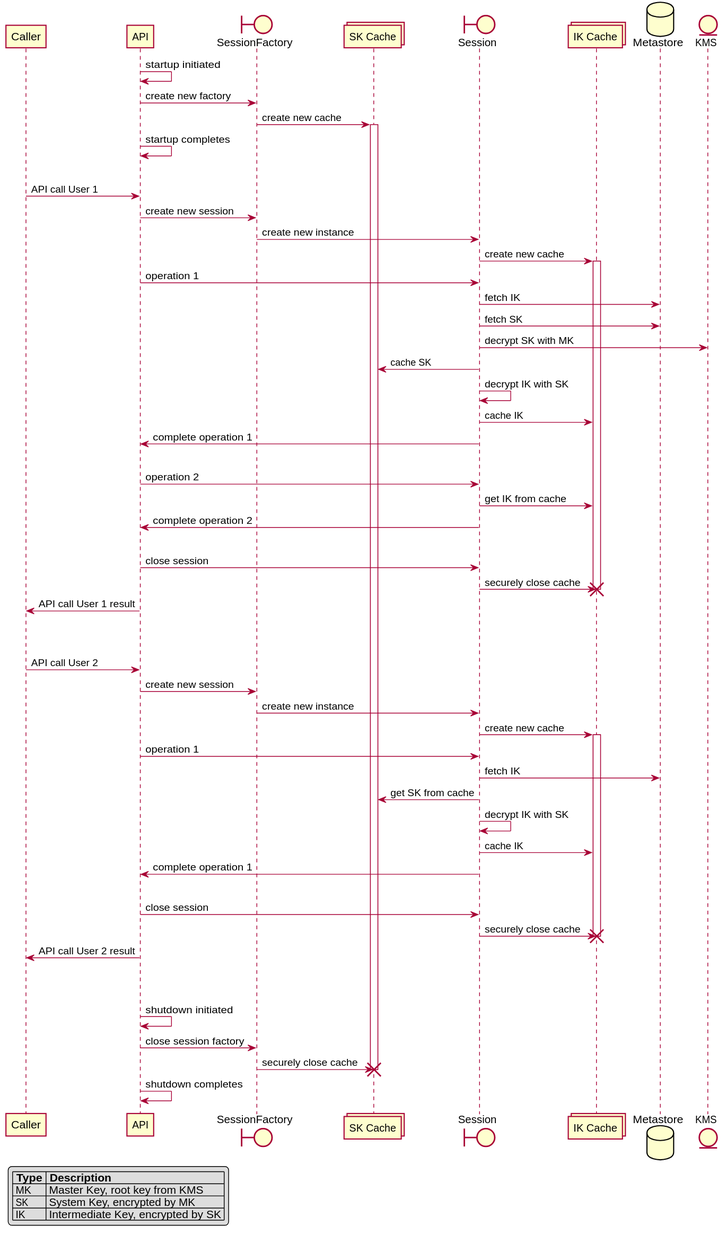
godaddy/asherah keeps this PlantUML diagram as docs/images/cache_lifecycles.svg. Above is the earlier version. Its diagram source:
```plantuml
@startuml

skinparam shadowing false

legend left
|= Type |= Description |
| MK | Master Key, root key from KMS |
| SK | System Key, encrypted by MK |
| IK | Intermediate Key, encrypted by SK |
endlegend

participant Caller
participant API
boundary SessionFactory
collections "SK Cache"
boundary Session
collections "IK Cache"
database Metastore
entity KMS

API -> API : startup initiated
API -> SessionFactory : create new factory
SessionFactory -> "SK Cache" : create new cache
activate "SK Cache"
API -> API : startup completes
|||
Caller -> API : API call User 1
API -> SessionFactory : create new session
SessionFactory -> Session : create new instance
Session -> "IK Cache" : create new cache
activate "IK Cache"
API -> Session : operation 1
Session -> Metastore : fetch IK
Session -> Metastore : fetch SK
Session -> KMS : decrypt SK with MK
Session -> "SK Cache" : cache SK
Session -> Session : decrypt IK with SK
Session -> "IK Cache" : cache IK
Session -> API : complete operation 1
|||
API -> Session : operation 2
Session -> "IK Cache" : get IK from cache
Session -> API : complete operation 2
|||
API -> Session : close session
Session -> "IK Cache" : securely close cache
destroy "IK Cache"
API -> Caller : API call User 1 result
|||
|||
Caller -> API : API call User 2
API -> SessionFactory : create new session
SessionFactory -> Session : create new instance
Session -> "IK Cache" : create new cache
activate "IK Cache"
API -> Session : operation 1
Session -> Metastore : fetch IK
Session -> "SK Cache" : get SK from cache
Session -> Session : decrypt IK with SK
Session -> "IK Cache" : cache IK
Session -> API : complete operation 1
|||
API -> Session : close session
Session -> "IK Cache" : securely close cache
destroy "IK Cache"
API -> Caller : API call User 2 result
|||
|||
API -> API : shutdown initiated
API -> SessionFactory : close session factory
SessionFactory -> "SK Cache" : securely close cache
destroy "SK Cache"
API -> API : shutdown completes

@enduml
```
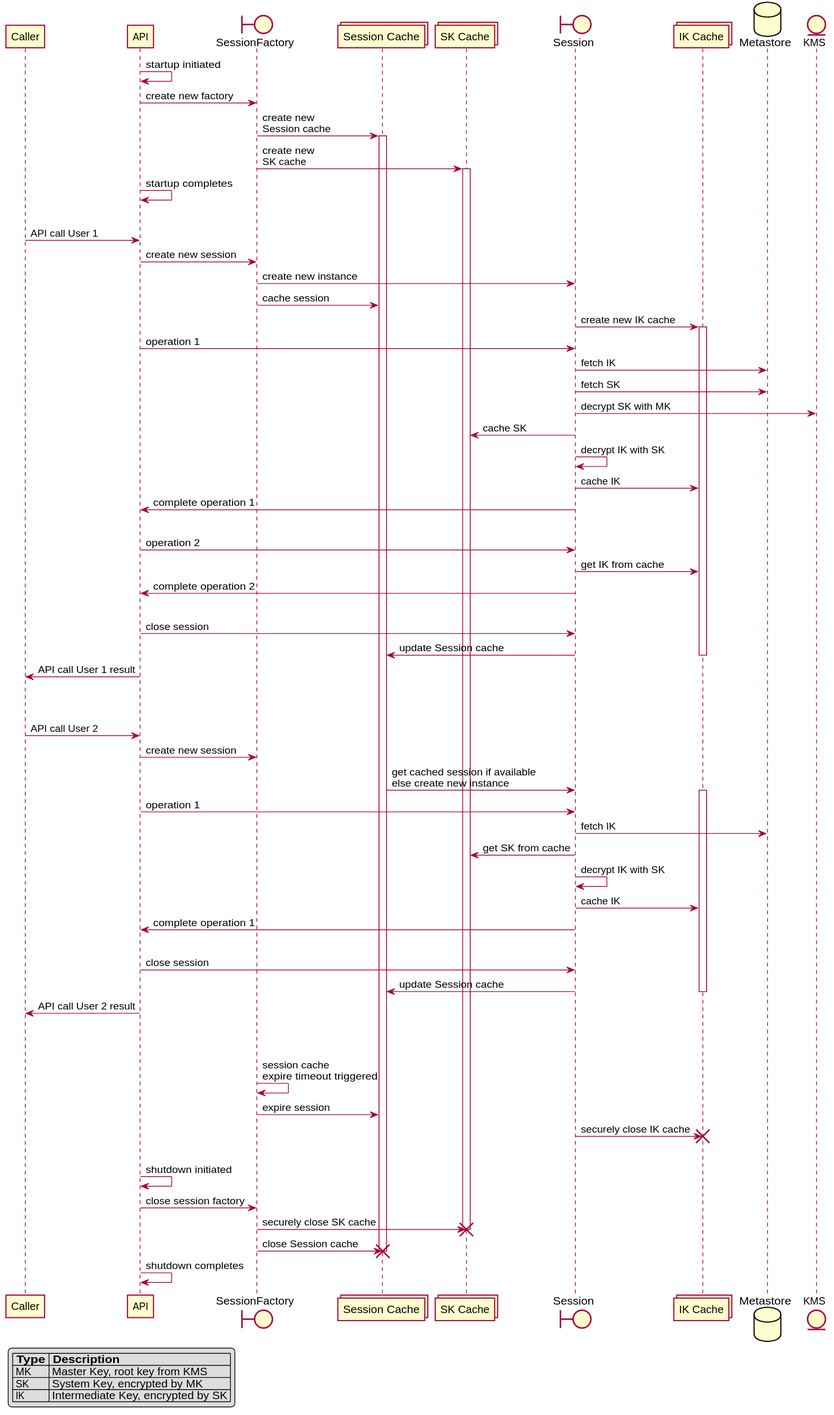
Later version of the same file.

Diff of the diagram source:
```diff
@@ -12,6 +12,7 @@
 participant Caller
 participant API
 boundary SessionFactory
+collections "Session Cache"
 collections "SK Cache"
 boundary Session
 collections "IK Cache"
@@ -20,14 +21,17 @@
 
 API -> API : startup initiated
 API -> SessionFactory : create new factory
-SessionFactory -> "SK Cache" : create new cache
+SessionFactory -> "Session Cache" : create new \nSession cache
+activate "Session Cache"
+SessionFactory -> "SK Cache" : create new \nSK cache
 activate "SK Cache"
 API -> API : startup completes
 |||
 Caller -> API : API call User 1
 API -> SessionFactory : create new session
 SessionFactory -> Session : create new instance
-Session -> "IK Cache" : create new cache
+SessionFactory -> "Session Cache" : cache session
+Session -> "IK Cache" : create new IK cache
 activate "IK Cache"
 API -> Session : operation 1
 Session -> Metastore : fetch IK
@@ -43,15 +47,14 @@
 Session -> API : complete operation 2
 |||
 API -> Session : close session
-Session -> "IK Cache" : securely close cache
-destroy "IK Cache"
+Session -> "Session Cache" : update Session cache
+deactivate "IK Cache"
 API -> Caller : API call User 1 result
 |||
 |||
 Caller -> API : API call User 2
 API -> SessionFactory : create new session
-SessionFactory -> Session : create new instance
-Session -> "IK Cache" : create new cache
+"Session Cache" -> Session : get cached session if available\nelse create new instance
 activate "IK Cache"
 API -> Session : operation 1
 Session -> Metastore : fetch IK
@@ -61,15 +64,22 @@
 Session -> API : complete operation 1
 |||
 API -> Session : close session
-Session -> "IK Cache" : securely close cache
-destroy "IK Cache"
+Session -> "Session Cache" : update Session cache
+deactivate "IK Cache"
 API -> Caller : API call User 2 result
 |||
 |||
+SessionFactory -> SessionFactory : session cache \nexpire timeout triggered
+SessionFactory -> "Session Cache" : expire session
+Session -> "IK Cache" : securely close IK cache
+destroy "IK Cache"
+|||
 API -> API : shutdown initiated
 API -> SessionFactory : close session factory
-SessionFactory -> "SK Cache" : securely close cache
+SessionFactory -> "SK Cache" : securely close SK cache
 destroy "SK Cache"
+SessionFactory -> "Session Cache" : close Session cache
+destroy "Session Cache"
 API -> API : shutdown completes
 
 @enduml
```
